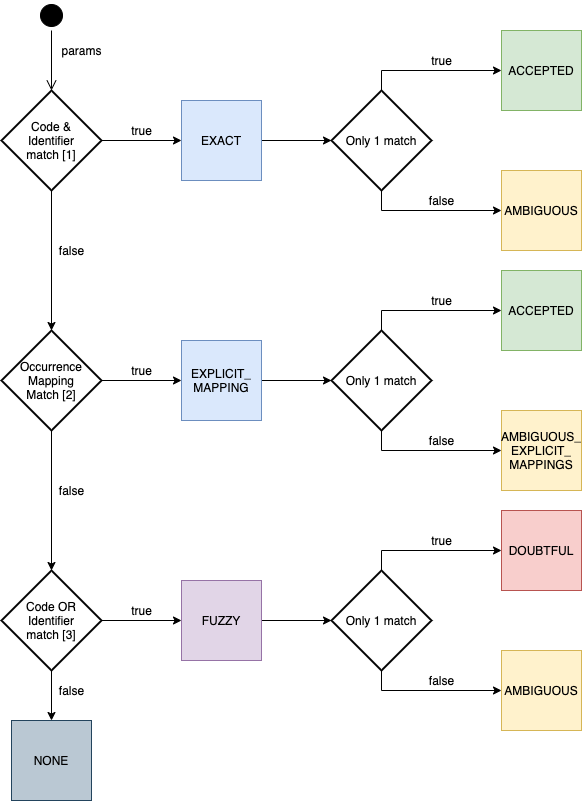
gbif/registry keeps this draw.io diagram as registry-service/docs/grscicoll_lookup.png. Above is the earlier version. Source tidied: cells renumbered, new cells last; positions are measured from the earlier drawing's top-left corner, leaving out a move shared by most shapes.
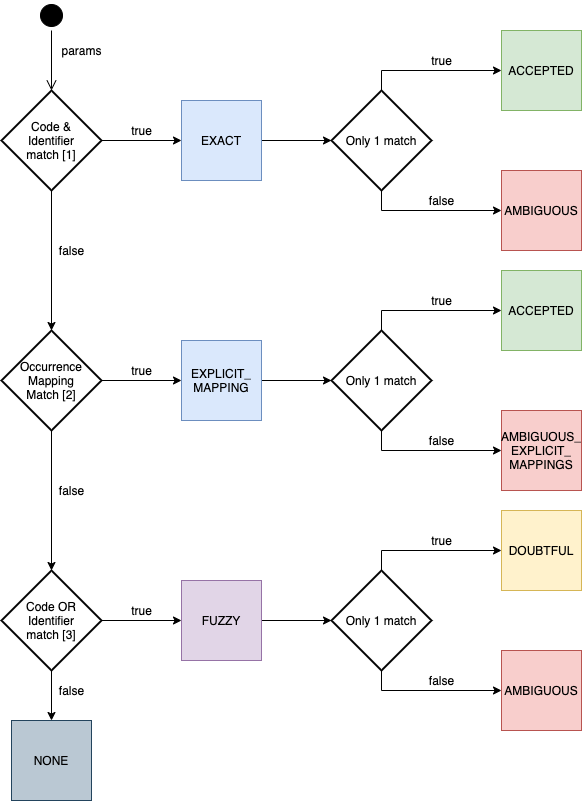
The same diagram one commit later.

Commit message:
#265 added documentation for the GRSciColl lookup

Change to the diagram source:
```diff
@@ -29,7 +29,7 @@
     <mxCell id="10" value="ACCEPTED" style="whiteSpace=wrap;html=1;fillColor=#d5e8d4;strokeColor=#82b366;" parent="1" vertex="1">
       <mxGeometry x="500" y="30" width="80" height="80" as="geometry" />
     </mxCell>
-    <mxCell id="11" value="AMBIGUOUS" style="whiteSpace=wrap;html=1;fillColor=#fff2cc;strokeColor=#d6b656;" parent="1" vertex="1">
+    <mxCell id="11" value="AMBIGUOUS" style="whiteSpace=wrap;html=1;fillColor=#f8cecc;strokeColor=#b85450;" parent="1" vertex="1">
       <mxGeometry x="500" y="170" width="80" height="80" as="geometry" />
     </mxCell>
     <mxCell id="12" style="edgeStyle=orthogonalEdgeStyle;rounded=0;jettySize=auto;html=1;exitX=1;exitY=0.5;exitDx=0;exitDy=0;exitPerimeter=0;entryX=0;entryY=0.5;entryDx=0;entryDy=0;" parent="1" edge="1" source="14" target="16">
@@ -59,7 +59,7 @@
     <mxCell id="20" value="ACCEPTED" style="whiteSpace=wrap;html=1;fillColor=#d5e8d4;strokeColor=#82b366;" parent="1" vertex="1">
       <mxGeometry x="500" y="270" width="80" height="80" as="geometry" />
     </mxCell>
-    <mxCell id="21" value="AMBIGUOUS_&lt;br&gt;EXPLICIT_&lt;br&gt;MAPPINGS" style="whiteSpace=wrap;html=1;fillColor=#fff2cc;strokeColor=#d6b656;" parent="1" vertex="1">
+    <mxCell id="21" value="AMBIGUOUS_&lt;br&gt;EXPLICIT_&lt;br&gt;MAPPINGS" style="whiteSpace=wrap;html=1;fillColor=#f8cecc;strokeColor=#b85450;" parent="1" vertex="1">
       <mxGeometry x="500" y="410" width="80" height="80" as="geometry" />
     </mxCell>
     <mxCell id="22" style="edgeStyle=orthogonalEdgeStyle;rounded=0;jettySize=auto;html=1;exitX=1;exitY=0.5;exitDx=0;exitDy=0;exitPerimeter=0;entryX=0;entryY=0.5;entryDx=0;entryDy=0;" parent="1" edge="1" source="24" target="26">
@@ -86,10 +86,10 @@
     <mxCell id="29" value="Only 1 match" style="strokeWidth=2;html=1;shape=mxgraph.flowchart.decision;whiteSpace=wrap;" parent="1" vertex="1">
       <mxGeometry x="330" y="570" width="100" height="100" as="geometry" />
     </mxCell>
-    <mxCell id="30" value="DOUBTFUL" style="whiteSpace=wrap;html=1;fillColor=#f8cecc;strokeColor=#b85450;" parent="1" vertex="1">
+    <mxCell id="30" value="DOUBTFUL" style="whiteSpace=wrap;html=1;fillColor=#fff2cc;strokeColor=#d6b656;" parent="1" vertex="1">
       <mxGeometry x="500" y="510" width="80" height="80" as="geometry" />
     </mxCell>
-    <mxCell id="31" value="AMBIGUOUS" style="whiteSpace=wrap;html=1;fillColor=#fff2cc;strokeColor=#d6b656;" parent="1" vertex="1">
+    <mxCell id="31" value="AMBIGUOUS" style="whiteSpace=wrap;html=1;fillColor=#f8cecc;strokeColor=#b85450;" parent="1" vertex="1">
       <mxGeometry x="500" y="650" width="80" height="80" as="geometry" />
     </mxCell>
     <mxCell id="32" value="true" style="text;html=1;align=center;verticalAlign=middle;" parent="1" vertex="1">
```
